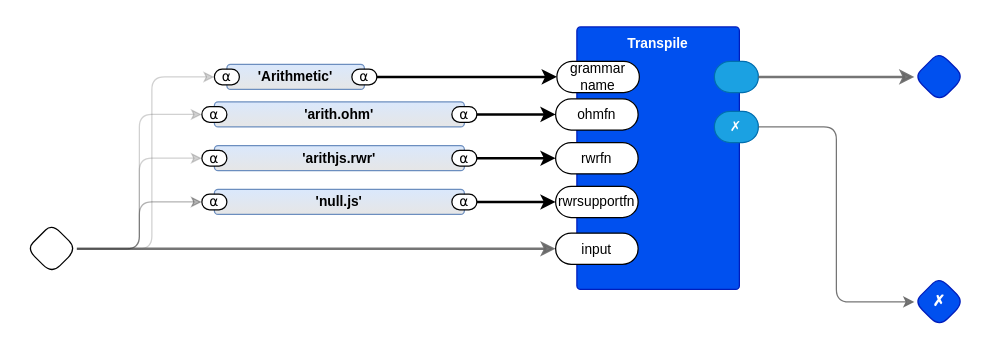
Earlier version of the draw.io diagram page "To Javascript" (3 of 5) of arith0d.drawio (guitarvydas/arith0d). Source tidied: cells renumbered, new cells numbered last; positions are measured from the earlier drawing's top-left corner, leaving out a move shared by most shapes. Both pictures are drawn from the tidied source at 125%, with x=0, y=0 at pixel (26, 26).
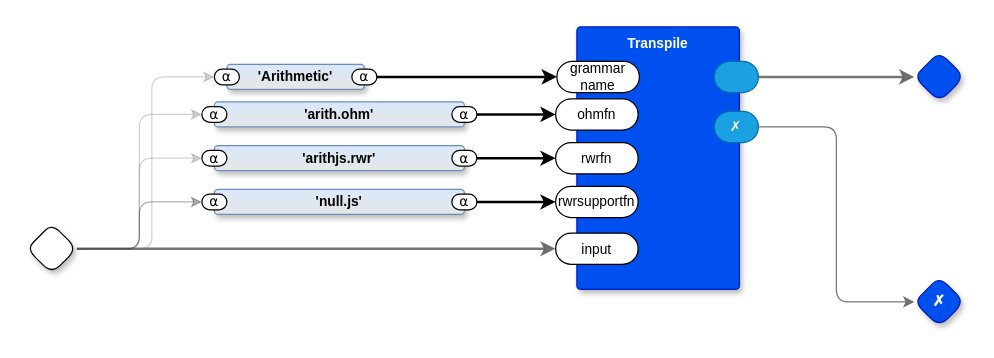
The same page after the edit.

Diff of the diagram source:
```diff
@@
-    <mxCell id="7" style="rhombus;whiteSpace=wrap;html=1;rounded=1;fontStyle=1;glass=0;sketch=0;fontSize=12;points=[[0,0.5,0,0,0],[0.5,0,0,0,0],[0.5,1,0,0,0],[1,0.5,0,0,0]];shadow=0;fontFamily=Helvetica;fontColor=default;" parent="1" vertex="1">
+    <mxCell id="7" style="rhombus;whiteSpace=wrap;html=1;rounded=1;fontStyle=1;glass=0;sketch=0;fontSize=12;points=[[0,0.5,0,0,0],[0.5,0,0,0,0],[0.5,1,0,0,0],[1,0.5,0,0,0]];shadow=1;fontFamily=Helvetica;fontColor=default;" parent="1" vertex="1">
       <mxGeometry y="157.5" width="40" height="40" as="geometry" />
     </mxCell>
-    <mxCell id="8" style="rhombus;whiteSpace=wrap;html=1;rounded=1;fillColor=#0050ef;fontColor=#ffffff;strokeColor=#001DBC;fontStyle=1;glass=0;sketch=0;fontSize=12;points=[[0,0.5,0,0,0],[0.5,0,0,0,0],[0.5,1,0,0,0],[1,0.5,0,0,0]];shadow=0;fontFamily=Helvetica;" parent="1" vertex="1">
+    <mxCell id="8" style="rhombus;whiteSpace=wrap;html=1;rounded=1;fillColor=#0050ef;fontColor=#ffffff;strokeColor=#001DBC;fontStyle=1;glass=0;sketch=0;fontSize=12;points=[[0,0.5,0,0,0],[0.5,0,0,0,0],[0.5,1,0,0,0],[1,0.5,0,0,0]];shadow=1;fontFamily=Helvetica;" parent="1" vertex="1">
       <mxGeometry x="710" y="20" width="40" height="40" as="geometry" />
     </mxCell>
-    <mxCell id="9" value="Transpile" style="rounded=1;whiteSpace=wrap;html=1;sketch=0;verticalAlign=top;arcSize=6;fontStyle=1;absoluteArcSize=1;shadow=0;strokeColor=#001DBC;fillColor=#0050ef;fontColor=#ffffff;fontFamily=Helvetica;fontSize=11;" parent="1" vertex="1">
+    <mxCell id="9" value="Transpile" style="rounded=1;whiteSpace=wrap;html=1;sketch=0;verticalAlign=top;arcSize=6;fontStyle=1;absoluteArcSize=1;shadow=1;strokeColor=#001DBC;fillColor=#0050ef;fontColor=#ffffff;fontFamily=Helvetica;fontSize=11;" parent="1" vertex="1">
       <mxGeometry x="440" width="130" height="210" as="geometry" />
     </mxCell>
@@
-    <mxCell id="18" value="✗" style="rhombus;whiteSpace=wrap;html=1;rounded=1;fillColor=#0050ef;fontColor=#ffffff;strokeColor=#001DBC;fontStyle=1;glass=0;sketch=0;fontSize=12;points=[[0,0.5,0,0,0],[0.5,0,0,0,0],[0.5,1,0,0,0],[1,0.5,0,0,0]];shadow=0;fontFamily=Helvetica;" parent="1" vertex="1">
+    <mxCell id="18" value="✗" style="rhombus;whiteSpace=wrap;html=1;rounded=1;fillColor=#0050ef;fontColor=#ffffff;strokeColor=#001DBC;fontStyle=1;glass=0;sketch=0;fontSize=12;points=[[0,0.5,0,0,0],[0.5,0,0,0,0],[0.5,1,0,0,0],[1,0.5,0,0,0]];shadow=1;fontFamily=Helvetica;" parent="1" vertex="1">
       <mxGeometry x="710" y="200" width="40" height="40" as="geometry" />
     </mxCell>
@@
-    <mxCell id="20" value="'Arithmetic'" style="rounded=1;whiteSpace=wrap;html=1;sketch=0;verticalAlign=middle;arcSize=6;fontStyle=1;absoluteArcSize=1;shadow=0;strokeColor=#6c8ebf;fillColor=#dae8fc;fontFamily=Helvetica;fontSize=11;gradientColor=#E6E6E6;" parent="1" vertex="1">
+    <mxCell id="20" value="'Arithmetic'" style="rounded=1;whiteSpace=wrap;html=1;sketch=0;verticalAlign=middle;arcSize=6;fontStyle=1;absoluteArcSize=1;shadow=1;strokeColor=#6c8ebf;fillColor=#dae8fc;fontFamily=Helvetica;fontSize=11;gradientColor=#E6E6E6;" parent="1" vertex="1">
       <mxGeometry x="160" y="30" width="110" height="20" as="geometry" />
     </mxCell>
@@
-    <mxCell id="23" value="'null.js'" style="rounded=1;whiteSpace=wrap;html=1;sketch=0;verticalAlign=middle;arcSize=6;fontStyle=1;absoluteArcSize=1;shadow=0;strokeColor=#6c8ebf;fillColor=#dae8fc;fontFamily=Helvetica;fontSize=11;gradientColor=#E6E6E6;" parent="1" vertex="1">
+    <mxCell id="23" value="'null.js'" style="rounded=1;whiteSpace=wrap;html=1;sketch=0;verticalAlign=middle;arcSize=6;fontStyle=1;absoluteArcSize=1;shadow=1;strokeColor=#6c8ebf;fillColor=#dae8fc;fontFamily=Helvetica;fontSize=11;gradientColor=#E6E6E6;" parent="1" vertex="1">
       <mxGeometry x="150" y="130" width="200" height="20" as="geometry" />
     </mxCell>
@@
-    <mxCell id="27" value="'arith.ohm'" style="rounded=1;whiteSpace=wrap;html=1;sketch=0;verticalAlign=middle;arcSize=6;fontStyle=1;absoluteArcSize=1;shadow=0;strokeColor=#6c8ebf;fillColor=#dae8fc;fontFamily=Helvetica;fontSize=11;gradientColor=#E6E6E6;" parent="1" vertex="1">
+    <mxCell id="27" value="'arith.ohm'" style="rounded=1;whiteSpace=wrap;html=1;sketch=0;verticalAlign=middle;arcSize=6;fontStyle=1;absoluteArcSize=1;shadow=1;strokeColor=#6c8ebf;fillColor=#dae8fc;fontFamily=Helvetica;fontSize=11;gradientColor=#E6E6E6;" parent="1" vertex="1">
       <mxGeometry x="150" y="60" width="200" height="20" as="geometry" />
     </mxCell>
@@
-    <mxCell id="31" value="'arithjs.rwr'" style="rounded=1;whiteSpace=wrap;html=1;sketch=0;verticalAlign=middle;arcSize=6;fontStyle=1;absoluteArcSize=1;shadow=0;strokeColor=#6c8ebf;fillColor=#dae8fc;fontFamily=Helvetica;fontSize=11;gradientColor=#E6E6E6;" parent="1" vertex="1">
+    <mxCell id="31" value="'arithjs.rwr'" style="rounded=1;whiteSpace=wrap;html=1;sketch=0;verticalAlign=middle;arcSize=6;fontStyle=1;absoluteArcSize=1;shadow=1;strokeColor=#6c8ebf;fillColor=#dae8fc;fontFamily=Helvetica;fontSize=11;gradientColor=#E6E6E6;" parent="1" vertex="1">
       <mxGeometry x="150" y="95" width="200" height="20" as="geometry" />
     </mxCell>
```
